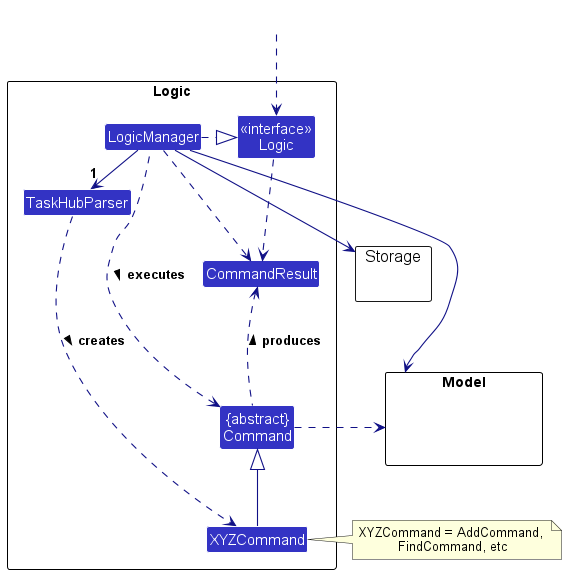
Earlier version of the PlantUML export docs/images/LogicClassDiagram.png (rayyan35p/tp).
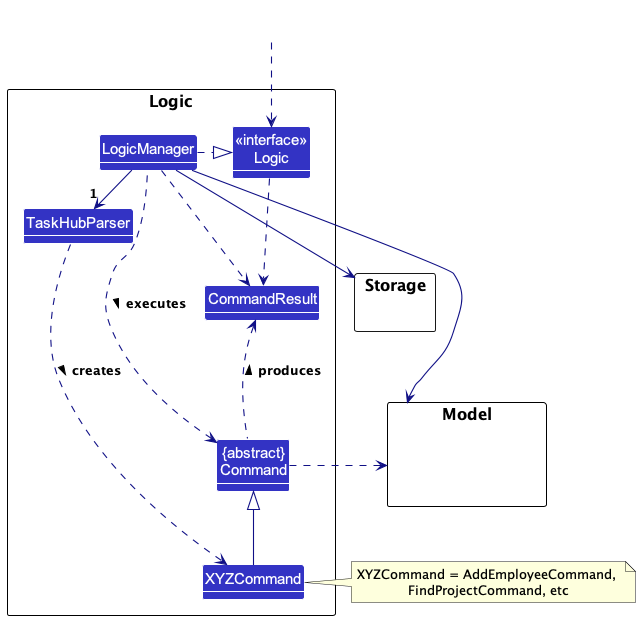
After the change.

What changed in the source:
```diff
@@ -38,7 +38,7 @@
 Storage --[hidden] Model
 Command .[hidden]up.> Storage
 Command .right.> Model
-note right of XYZCommand: XYZCommand = AddCommand, \nFindCommand, etc
+note right of XYZCommand: XYZCommand = AddEmployeeCommand, \nFindProjectCommand, etc
 
 Logic ..> CommandResult
 LogicManager .down.> CommandResult
```
